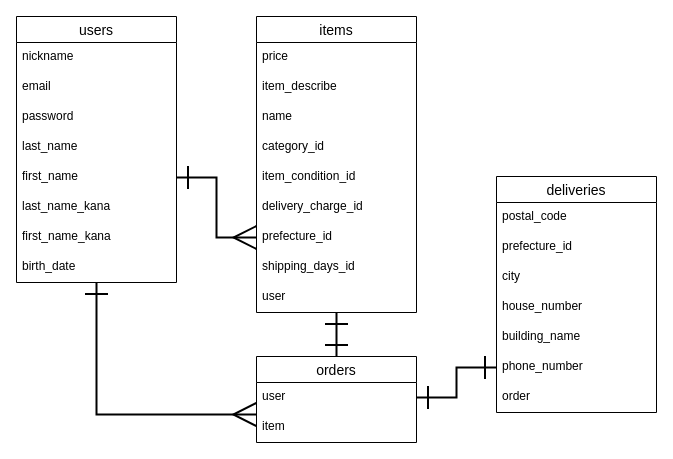
Fujisan-3776/furima-30592 keeps this draw.io diagram as er.dio. Above is the earlier version. Source tidied: cells renumbered, new cells numbered last; positions are measured from the earlier drawing's top-left corner, leaving out a move shared by most shapes. Both pictures are drawn from the tidied source at 100%, with x=0, y=0 at pixel (16, 16).
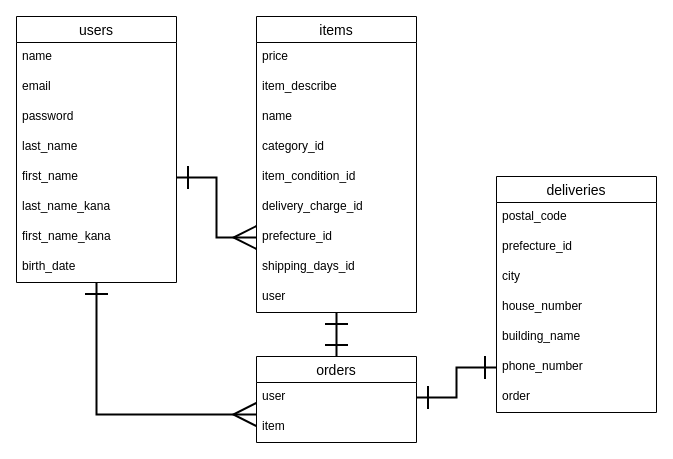
The same diagram, later.

The change refers to these unchanged cells:
```xml
<mxCell id="3" value="users" style="swimlane;fontStyle=0;horizontal=1;startSize=26;align=center;fontSize=14;" parent="1" vertex="1">
  <mxGeometry width="160" height="266" as="geometry" />
</mxCell>
```

Change to the diagram source:
```diff
@@
-    <mxCell id="4" value="nickname" style="text;strokeColor=none;fillColor=none;spacingLeft=4;spacingRight=4;overflow=hidden;fontSize=12;" parent="3" vertex="1">
+    <mxCell id="4" value="name" style="text;strokeColor=none;fillColor=none;spacingLeft=4;spacingRight=4;overflow=hidden;fontSize=12;" parent="3" vertex="1">
       <mxGeometry y="26" width="160" height="30" as="geometry" />
     </mxCell>
```
